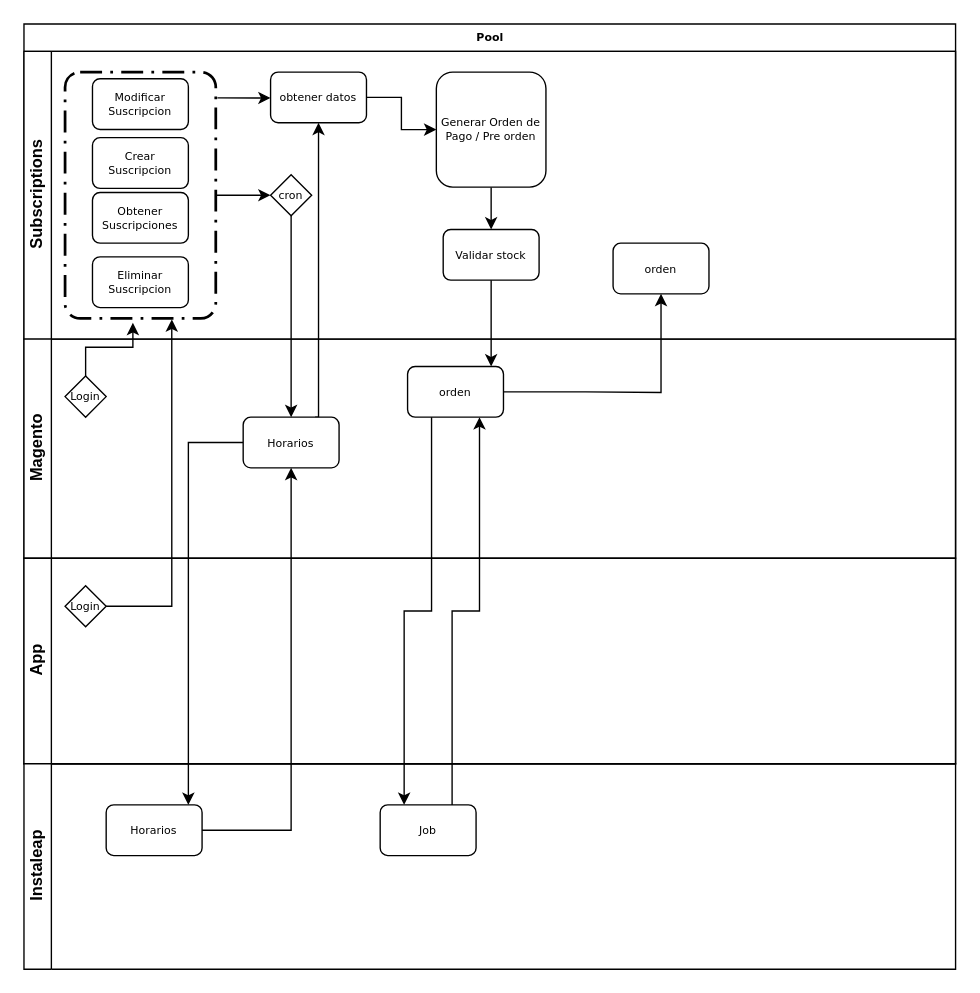
This is dgflujoSubs.drawio from EmmanuelSantiz/drawsio, a draw.io file, before an edit. Source tidied: cells renumbered, new cells numbered last; positions are measured from the earlier drawing's top-left corner, leaving out a move shared by most shapes. Both pictures are drawn from the tidied source at 137%, with x=0, y=0 at pixel (23, 23).
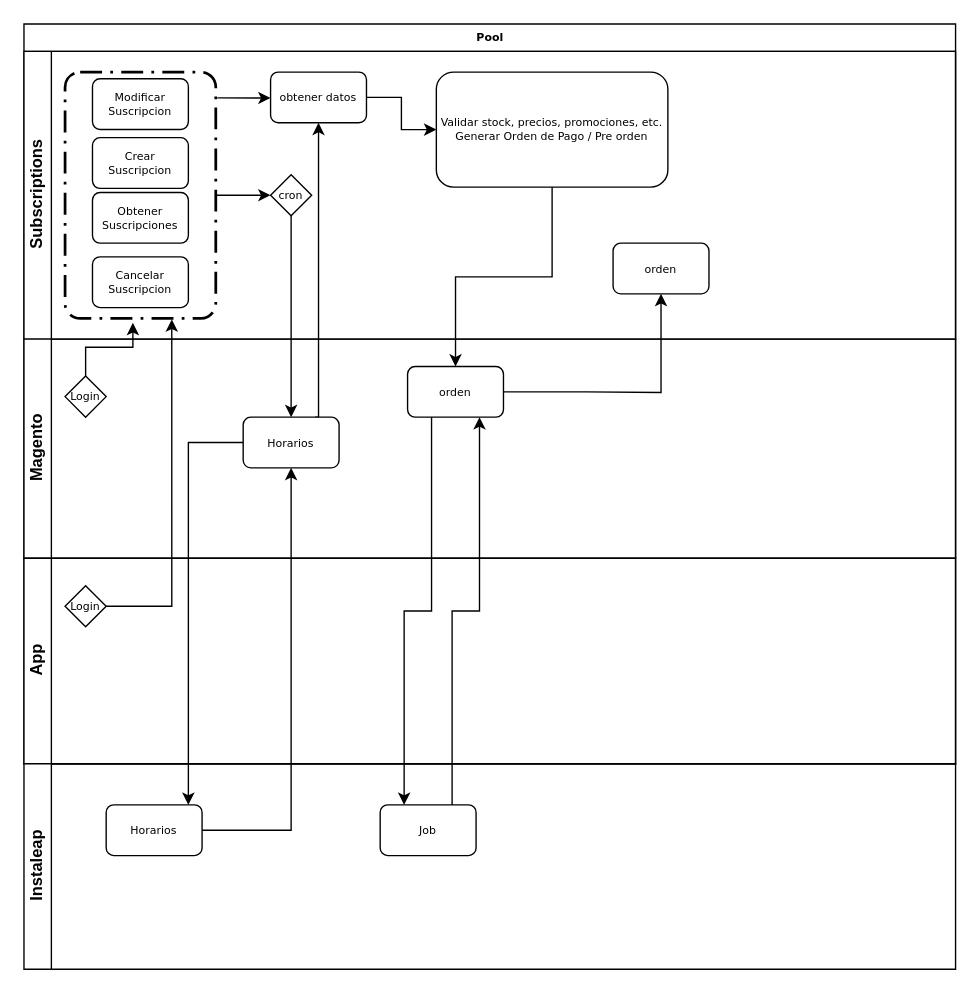
The same page after the edit.

The change refers to these unchanged cells:
```xml
<mxCell id="2" value="Pool" style="swimlane;html=1;horizontal=1;startSize=20;rounded=0;shadow=0;labelBackgroundColor=none;strokeWidth=1;fontFamily=Verdana;fontSize=8;align=center;" parent="1" vertex="1">
  <mxGeometry width="680" height="540" as="geometry" />
</mxCell>
<mxCell id="3" value="Subscriptions" style="swimlane;html=1;startSize=20;horizontal=0;" parent="2" vertex="1">
  <mxGeometry y="20" width="680" height="210" as="geometry" />
</mxCell>
<mxCell id="21" value="orden" style="rounded=1;whiteSpace=wrap;html=1;shadow=0;labelBackgroundColor=none;strokeWidth=1;fontFamily=Verdana;fontSize=8;align=center;" parent="19" vertex="1">
  <mxGeometry x="280" y="20" width="70" height="37" as="geometry" />
</mxCell>
```

Change to the diagram source:
```diff
@@
-    <mxCell id="4" style="edgeStyle=orthogonalEdgeStyle;rounded=0;jettySize=auto;html=1;entryX=0.5;entryY=0;entryDx=0;entryDy=0;" parent="3" edge="1" source="7" target="16">
-      <mxGeometry relative="1" as="geometry" />
-    </mxCell>
@@
-    <mxCell id="7" value="Generar Orden de Pago / Pre orden" style="rounded=1;whiteSpace=wrap;html=1;shadow=0;labelBackgroundColor=none;strokeWidth=1;fontFamily=Verdana;fontSize=8;align=center;" parent="3" vertex="1">
-      <mxGeometry x="301" y="15.1" width="80" height="84" as="geometry" />
+    <mxCell id="7" value="Validar stock, precios, promociones, etc.&lt;br&gt;Generar Orden de Pago / Pre orden" style="rounded=1;whiteSpace=wrap;html=1;shadow=0;labelBackgroundColor=none;strokeWidth=1;fontFamily=Verdana;fontSize=8;align=center;" parent="3" vertex="1">
+      <mxGeometry x="301" y="15.1" width="169" height="84" as="geometry" />
     </mxCell>
@@
-    <mxCell id="16" value="Validar stock" style="rounded=1;whiteSpace=wrap;html=1;shadow=0;labelBackgroundColor=none;strokeWidth=1;fontFamily=Verdana;fontSize=8;align=center;" parent="3" vertex="1">
-      <mxGeometry x="306" y="130" width="70" height="37" as="geometry" />
-    </mxCell>
@@
-    <mxCell id="18" value="Eliminar Suscripcion" style="rounded=1;whiteSpace=wrap;html=1;shadow=0;labelBackgroundColor=none;strokeWidth=1;fontFamily=Verdana;fontSize=8;align=center;" parent="3" vertex="1">
+    <mxCell id="18" value="Cancelar Suscripcion" style="rounded=1;whiteSpace=wrap;html=1;shadow=0;labelBackgroundColor=none;strokeWidth=1;fontFamily=Verdana;fontSize=8;align=center;" parent="3" vertex="1">
       <mxGeometry x="50" y="150" width="70" height="37" as="geometry" />
     </mxCell>
@@
-    <mxCell id="27" style="edgeStyle=orthogonalEdgeStyle;rounded=0;jettySize=auto;html=1;" parent="2" edge="1" source="16">
-      <mxGeometry relative="1" as="geometry">
-        <mxPoint x="341" y="250" as="targetPoint" />
-        <Array as="points">
-          <mxPoint x="341" y="250" />
-        </Array>
-      </mxGeometry>
-    </mxCell>
+    <mxCell id="4" style="edgeStyle=orthogonalEdgeStyle;rounded=0;jettySize=auto;html=1;" parent="2" edge="1" source="7" target="21">
+      <mxGeometry relative="1" as="geometry" />
+    </mxCell>
```
